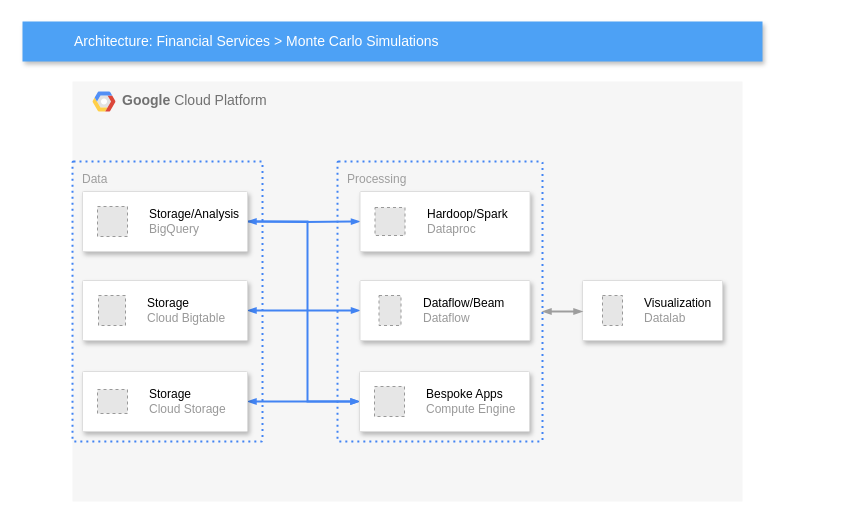
Before: 專題架構圖0710.drawio in Group4-Finance/ArchitectureDiagram, a draw.io diagram. Source tidied: cells renumbered, new cells numbered last; positions are measured from the earlier drawing's top-left corner, leaving out a move shared by most shapes. Both pictures are drawn from the tidied source at 100%, with x=0, y=0 at pixel (22, 21). Pictures stored in the file or linked from it are replaced by grey dashed boxes.
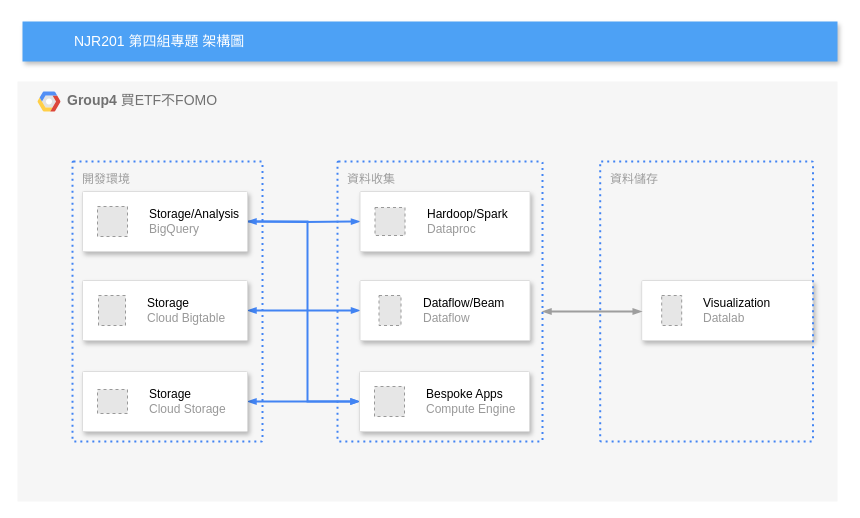
The same diagram, later.

Commit message:
更新專題架構圖0710.drawio

Diff of the diagram source:
```diff
@@
-    <mxCell id="2" value="&lt;b&gt;Google &lt;/b&gt;Cloud Platform" style="fillColor=#F6F6F6;strokeColor=none;shadow=0;gradientColor=none;fontSize=14;align=left;spacing=10;fontColor=#717171;9E9E9E;verticalAlign=top;spacingTop=-4;fontStyle=0;spacingLeft=40;html=1;" parent="1" vertex="1">
-      <mxGeometry x="50" y="60" width="670" height="420" as="geometry" />
+    <mxCell id="2" value="&lt;b&gt;Group4 &lt;/b&gt;買ETF不FOMO" style="fillColor=light-dark(#F6F6F6, #ffffff);strokeColor=none;shadow=0;gradientColor=none;fontSize=14;align=left;spacing=10;fontColor=#717171;9E9E9E;verticalAlign=top;spacingTop=-4;fontStyle=0;spacingLeft=40;html=1;" parent="1" vertex="1">
+      <mxGeometry x="-5" y="60" width="820" height="420" as="geometry" />
     </mxCell>
@@
     <mxCell id="4" style="strokeColor=#dddddd;shadow=1;strokeWidth=1;rounded=1;absoluteArcSize=1;arcSize=2;" parent="2" vertex="1">
-      <mxGeometry x="510" y="199" width="140" height="60" as="geometry" />
+      <mxGeometry x="624.2" y="199" width="171.3" height="60" as="geometry" />
     </mxCell>
@@
+    <mxCell id="26" value="資料儲存" style="rounded=1;absoluteArcSize=1;arcSize=2;html=1;strokeColor=#4284F3;gradientColor=none;shadow=0;dashed=1;fontSize=12;fontColor=#9E9E9E;align=left;verticalAlign=top;spacing=10;spacingTop=-4;fillColor=none;dashPattern=1 2;strokeWidth=2;" parent="2" vertex="1">
+      <mxGeometry x="582.7" y="80" width="212.8" height="280" as="geometry" />
+    </mxCell>
-    <mxCell id="6" value="Processing" style="rounded=1;absoluteArcSize=1;arcSize=2;html=1;strokeColor=#4284F3;gradientColor=none;shadow=0;dashed=1;fontSize=12;fontColor=#9E9E9E;align=left;verticalAlign=top;spacing=10;spacingTop=-4;fillColor=none;dashPattern=1 2;strokeWidth=2;" parent="1" vertex="1">
+    <mxCell id="6" value="資料收集" style="rounded=1;absoluteArcSize=1;arcSize=2;html=1;strokeColor=#4284F3;gradientColor=none;shadow=0;dashed=1;fontSize=12;fontColor=#9E9E9E;align=left;verticalAlign=top;spacing=10;spacingTop=-4;fillColor=none;dashPattern=1 2;strokeWidth=2;" parent="1" vertex="1">
       <mxGeometry x="315" y="140" width="205" height="280" as="geometry" />
     </mxCell>
-    <mxCell id="7" value="Data" style="rounded=1;absoluteArcSize=1;arcSize=2;html=1;strokeColor=#4284F3;gradientColor=none;shadow=0;dashed=1;fontSize=12;fontColor=#9E9E9E;align=left;verticalAlign=top;spacing=10;spacingTop=-4;fillColor=none;dashPattern=1 2;strokeWidth=2;" parent="1" vertex="1">
+    <mxCell id="7" value="開發環境" style="rounded=1;absoluteArcSize=1;arcSize=2;html=1;strokeColor=#4284F3;gradientColor=none;shadow=0;dashed=1;fontSize=12;fontColor=#9E9E9E;align=left;verticalAlign=top;spacing=10;spacingTop=-4;fillColor=none;dashPattern=1 2;strokeWidth=2;" parent="1" vertex="1">
       <mxGeometry x="50" y="140" width="190" height="280" as="geometry" />
     </mxCell>
-    <mxCell id="8" value="Architecture: Financial Services &amp;gt; Monte Carlo Simulations" style="fillColor=#4DA1F5;strokeColor=none;shadow=1;gradientColor=none;fontSize=14;align=left;spacingLeft=50;fontColor=#ffffff;html=1;" parent="1" vertex="1">
-      <mxGeometry width="740" height="40" as="geometry" />
+    <mxCell id="8" value="NJR201 第四組專題 架構圖" style="fillColor=#4DA1F5;strokeColor=none;shadow=1;gradientColor=none;fontSize=14;align=left;spacingLeft=50;fontColor=#ffffff;html=1;" parent="1" vertex="1">
+      <mxGeometry width="815" height="40" as="geometry" />
     </mxCell>
```
